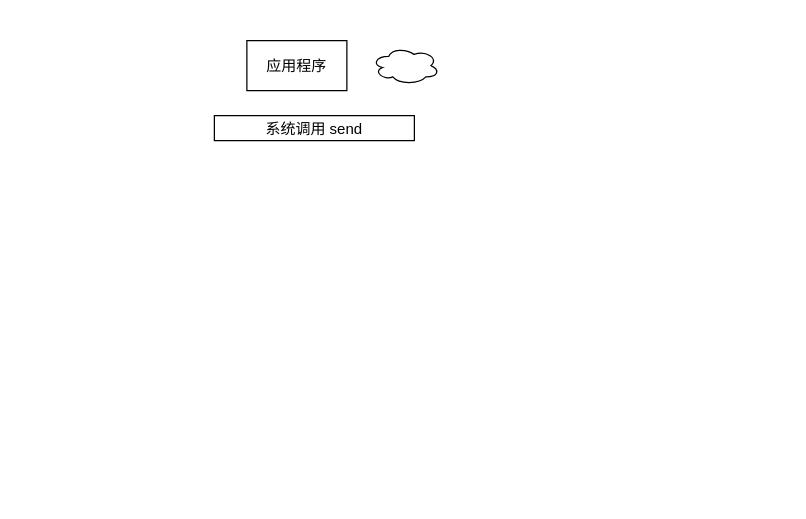
The draw.io diagram page "网络包发送" (2 of 2) of 图解网络.drawio in JianHao-Chen/UML, before the edit. Source tidied: cells renumbered, new cells numbered last; positions are measured from the earlier drawing's top-left corner, leaving out a move shared by most shapes. Both pictures are drawn from the tidied source at 125%, with x=0, y=0 at pixel (214, 40).
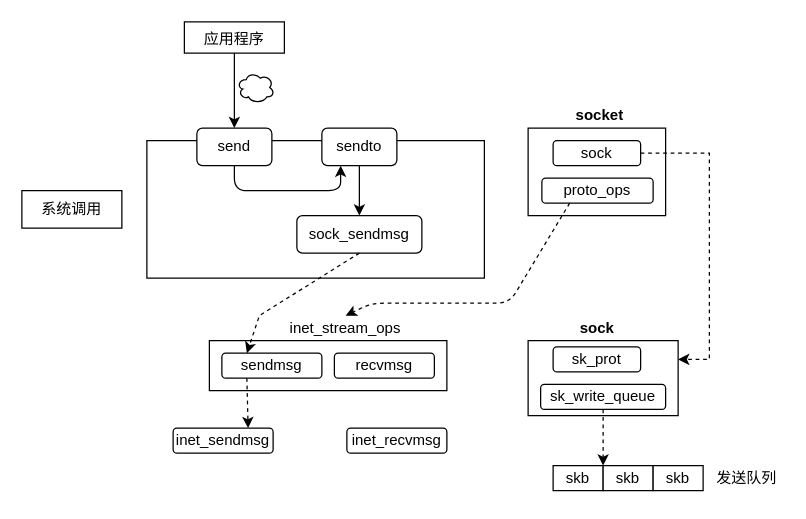
After the change.

Commit message:
更新图解网络.drawio

Change to the diagram source:
```diff
@@
     <mxCell id="2" value="&lt;font style=&quot;font-size: 12px;&quot;&gt;应用程序&lt;/font&gt;" style="rounded=0;whiteSpace=wrap;html=1;strokeWidth=1;fontSize=14;" parent="1" vertex="1">
-      <mxGeometry x="26" width="80" height="40" as="geometry" />
+      <mxGeometry x="-24" y="-15" width="80" height="25" as="geometry" />
     </mxCell>
-    <mxCell id="3" value="&lt;font style=&quot;font-size: 12px;&quot;&gt;系统调用 send&lt;/font&gt;" style="rounded=0;whiteSpace=wrap;html=1;strokeWidth=1;fontSize=14;" parent="1" vertex="1">
-      <mxGeometry y="60" width="160" height="20" as="geometry" />
-    </mxCell>
     <mxCell id="4" style="ellipse;shape=cloud;whiteSpace=wrap;html=1;strokeWidth=1;fontSize=12;" parent="1" vertex="1">
-      <mxGeometry x="126" y="5" width="54" height="30" as="geometry" />
+      <mxGeometry x="18" y="25" width="30" height="25" as="geometry" />
     </mxCell>
+    <mxCell id="5" style="rounded=0;whiteSpace=wrap;html=1;strokeWidth=1;fontSize=12;" parent="1" vertex="1">
+      <mxGeometry x="-54" y="80" width="270" height="110" as="geometry" />
+    </mxCell>
+    <mxCell id="6" value="send" style="rounded=1;whiteSpace=wrap;html=1;strokeWidth=1;fontSize=12;" parent="1" vertex="1">
+      <mxGeometry x="-14" y="70" width="60" height="30" as="geometry" />
+    </mxCell>
+    <mxCell id="7" value="sendto" style="rounded=1;whiteSpace=wrap;html=1;strokeWidth=1;fontSize=12;" parent="1" vertex="1">
+      <mxGeometry x="86" y="70" width="60" height="30" as="geometry" />
+    </mxCell>
+    <mxCell id="8" style="endArrow=classic;html=1;rounded=0;fontSize=12;exitX=0.5;exitY=1;exitDx=0;exitDy=0;entryX=0.5;entryY=0;entryDx=0;entryDy=0;" parent="1" edge="1" source="2" target="6">
+      <mxGeometry relative="1" as="geometry" />
+    </mxCell>
+    <mxCell id="9" style="endArrow=classic;html=1;rounded=1;fontSize=12;exitX=0.5;exitY=1;exitDx=0;exitDy=0;entryX=0.25;entryY=1;entryDx=0;entryDy=0;" parent="1" edge="1" source="6" target="7">
+      <mxGeometry relative="1" as="geometry">
+        <Array as="points">
+          <mxPoint x="16" y="120" />
+          <mxPoint x="101" y="120" />
+        </Array>
+      </mxGeometry>
+    </mxCell>
+    <mxCell id="10" value="sock_sendmsg" style="rounded=1;whiteSpace=wrap;html=1;strokeWidth=1;fontSize=12;" parent="1" vertex="1">
+      <mxGeometry x="66" y="140" width="100" height="30" as="geometry" />
+    </mxCell>
+    <mxCell id="11" style="endArrow=classic;html=1;rounded=0;fontSize=12;exitX=0.5;exitY=1;exitDx=0;exitDy=0;entryX=0.5;entryY=0;entryDx=0;entryDy=0;" parent="1" edge="1" source="7" target="10">
+      <mxGeometry relative="1" as="geometry" />
+    </mxCell>
+    <mxCell id="12" value="inet_sendmsg" style="rounded=1;whiteSpace=wrap;html=1;strokeWidth=1;fontSize=12;" parent="1" vertex="1">
+      <mxGeometry x="-33" y="310" width="80" height="20" as="geometry" />
+    </mxCell>
+    <mxCell id="13" value="inet_recvmsg" style="rounded=1;whiteSpace=wrap;html=1;strokeWidth=1;fontSize=12;" parent="1" vertex="1">
+      <mxGeometry x="106" y="310" width="80" height="20" as="geometry" />
+    </mxCell>
+    <mxCell id="14" value="系统调用" style="rounded=0;whiteSpace=wrap;html=1;strokeWidth=1;fontSize=12;" parent="1" vertex="1">
+      <mxGeometry x="-154" y="120" width="80" height="30" as="geometry" />
+    </mxCell>
+    <mxCell id="15" style="rounded=0;whiteSpace=wrap;html=1;strokeWidth=1;fontSize=12;" parent="1" vertex="1">
+      <mxGeometry x="251" y="70" width="110" height="70" as="geometry" />
+    </mxCell>
+    <mxCell id="16" style="rounded=0;whiteSpace=wrap;html=1;strokeWidth=1;fontSize=12;" parent="1" vertex="1">
+      <mxGeometry x="251" y="240" width="120" height="60" as="geometry" />
+    </mxCell>
+    <mxCell id="17" value="sk_prot" style="rounded=1;whiteSpace=wrap;html=1;strokeWidth=1;fontSize=12;" parent="1" vertex="1">
+      <mxGeometry x="271" y="245" width="70" height="20" as="geometry" />
+    </mxCell>
+    <mxCell id="18" value="sk_write_queue" style="rounded=1;whiteSpace=wrap;html=1;strokeWidth=1;fontSize=12;" parent="1" vertex="1">
+      <mxGeometry x="261" y="275" width="100" height="20" as="geometry" />
+    </mxCell>
+    <mxCell id="19" value="&lt;b&gt;socket&lt;/b&gt;" style="text;html=1;strokeColor=none;fillColor=none;align=center;verticalAlign=middle;whiteSpace=wrap;rounded=0;strokeWidth=1;fontSize=12;" parent="1" vertex="1">
+      <mxGeometry x="266" y="50" width="85" height="20" as="geometry" />
+    </mxCell>
+    <mxCell id="20" value="sock" style="rounded=1;whiteSpace=wrap;html=1;strokeWidth=1;fontSize=12;" parent="1" vertex="1">
+      <mxGeometry x="271" y="80" width="70" height="20" as="geometry" />
+    </mxCell>
+    <mxCell id="21" value="proto_ops" style="rounded=1;whiteSpace=wrap;html=1;strokeWidth=1;fontSize=12;" parent="1" vertex="1">
+      <mxGeometry x="262" y="110" width="89" height="20" as="geometry" />
+    </mxCell>
+    <mxCell id="22" value="&lt;b&gt;sock&lt;/b&gt;" style="text;html=1;strokeColor=none;fillColor=none;align=center;verticalAlign=middle;whiteSpace=wrap;rounded=0;strokeWidth=1;fontSize=12;" parent="1" vertex="1">
+      <mxGeometry x="263.5" y="220" width="85" height="20" as="geometry" />
+    </mxCell>
+    <mxCell id="23" style="rounded=0;whiteSpace=wrap;html=1;strokeWidth=1;fontSize=12;" parent="1" vertex="1">
+      <mxGeometry x="-4" y="240" width="190" height="40" as="geometry" />
+    </mxCell>
+    <mxCell id="24" value="sendmsg" style="rounded=1;whiteSpace=wrap;html=1;strokeWidth=1;fontSize=12;" parent="1" vertex="1">
+      <mxGeometry x="6" y="250" width="80" height="20" as="geometry" />
+    </mxCell>
+    <mxCell id="25" value="recvmsg" style="rounded=1;whiteSpace=wrap;html=1;strokeWidth=1;fontSize=12;" parent="1" vertex="1">
+      <mxGeometry x="96" y="250" width="80" height="20" as="geometry" />
+    </mxCell>
+    <mxCell id="26" value="inet_stream_ops" style="text;html=1;strokeColor=none;fillColor=none;align=center;verticalAlign=middle;whiteSpace=wrap;rounded=0;strokeWidth=1;fontSize=12;" parent="1" vertex="1">
+      <mxGeometry x="75" y="220" width="60" height="20" as="geometry" />
+    </mxCell>
+    <mxCell id="27" style="endArrow=classic;html=1;rounded=1;fontSize=12;exitX=0.25;exitY=1;exitDx=0;exitDy=0;entryX=0.5;entryY=0;entryDx=0;entryDy=0;dashed=1;" parent="1" edge="1" source="21" target="26">
+      <mxGeometry relative="1" as="geometry">
+        <Array as="points">
+          <mxPoint x="236" y="210" />
+          <mxPoint x="126" y="210" />
+        </Array>
+      </mxGeometry>
+    </mxCell>
+    <mxCell id="28" style="endArrow=classic;html=1;rounded=0;fontSize=12;exitX=1;exitY=0.5;exitDx=0;exitDy=0;entryX=1;entryY=0.25;entryDx=0;entryDy=0;dashed=1;" parent="1" edge="1" source="20" target="16">
+      <mxGeometry relative="1" as="geometry">
+        <Array as="points">
+          <mxPoint x="396" y="90" />
+          <mxPoint x="396" y="255" />
+        </Array>
+      </mxGeometry>
+    </mxCell>
+    <mxCell id="29" style="endArrow=classic;html=1;rounded=0;dashed=1;fontSize=12;exitX=0.5;exitY=1;exitDx=0;exitDy=0;entryX=0.25;entryY=0;entryDx=0;entryDy=0;" parent="1" edge="1" source="10" target="24">
+      <mxGeometry relative="1" as="geometry">
+        <Array as="points">
+          <mxPoint x="36" y="220" />
+        </Array>
+      </mxGeometry>
+    </mxCell>
+    <mxCell id="30" style="endArrow=classic;html=1;rounded=0;dashed=1;fontSize=12;exitX=0.25;exitY=1;exitDx=0;exitDy=0;entryX=0.75;entryY=0;entryDx=0;entryDy=0;" parent="1" edge="1" source="24" target="12">
+      <mxGeometry relative="1" as="geometry" />
+    </mxCell>
+    <mxCell id="31" value="skb" style="rounded=0;whiteSpace=wrap;html=1;strokeWidth=1;fontSize=12;" parent="1" vertex="1">
+      <mxGeometry x="271" y="340" width="40" height="20" as="geometry" />
+    </mxCell>
+    <mxCell id="32" value="skb" style="rounded=0;whiteSpace=wrap;html=1;strokeWidth=1;fontSize=12;" parent="1" vertex="1">
+      <mxGeometry x="311" y="340" width="40" height="20" as="geometry" />
+    </mxCell>
+    <mxCell id="33" value="skb" style="rounded=0;whiteSpace=wrap;html=1;strokeWidth=1;fontSize=12;" parent="1" vertex="1">
+      <mxGeometry x="351" y="340" width="40" height="20" as="geometry" />
+    </mxCell>
+    <mxCell id="34" style="endArrow=classic;html=1;rounded=0;dashed=1;fontSize=12;exitX=0.5;exitY=1;exitDx=0;exitDy=0;entryX=1;entryY=0;entryDx=0;entryDy=0;" parent="1" edge="1" source="18" target="31">
+      <mxGeometry relative="1" as="geometry" />
+    </mxCell>
+    <mxCell id="35" value="发送队列" style="text;html=1;strokeColor=none;fillColor=none;align=center;verticalAlign=middle;whiteSpace=wrap;rounded=0;strokeWidth=1;fontSize=12;" parent="1" vertex="1">
+      <mxGeometry x="396" y="335" width="60" height="30" as="geometry" />
+    </mxCell>
```
